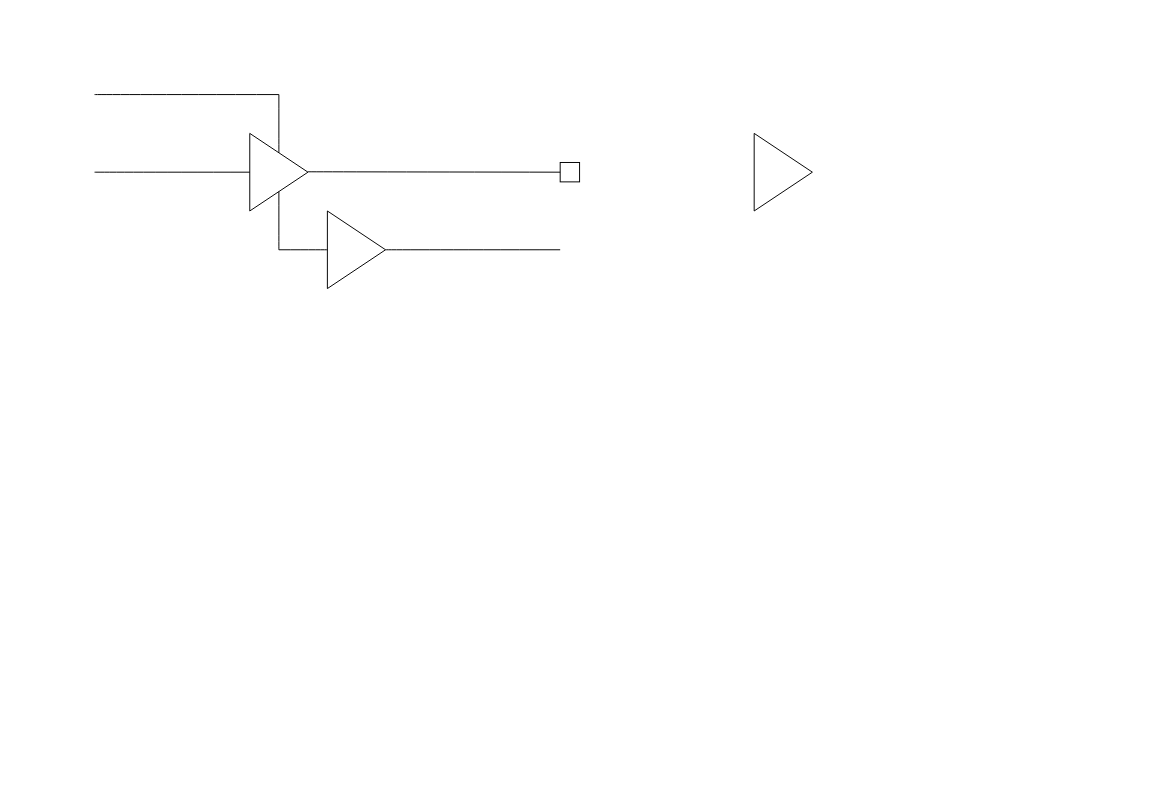
Above: page "Page-6" (6 of 9) of Checkout.drawio in lkebnl/Draw_IO (draw.io), before the change. Source tidied: cells renumbered, new cells numbered last; positions are measured from the earlier drawing's top-left corner, leaving out a move shared by most shapes. Both pictures are drawn from the tidied source at 97%, with x=0, y=0 at pixel (94, 94).
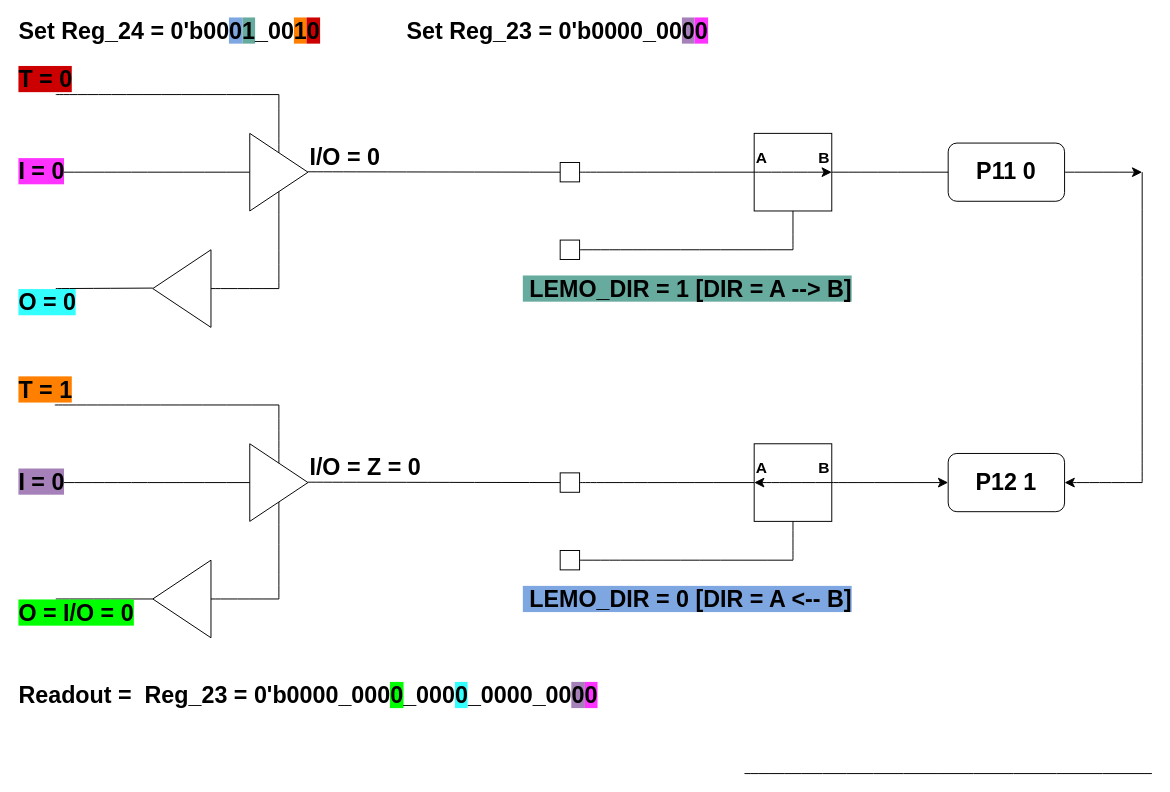
Above is the later version.

Unchanged cells that the change refers to:
```xml
<mxCell id="2" style="triangle;whiteSpace=wrap;html=1;" parent="1" vertex="1">
  <mxGeometry x="160" y="40" width="60" height="80" as="geometry" />
</mxCell>
```

Change to the diagram source:
```diff
@@
-    <mxCell id="3" style="triangle;whiteSpace=wrap;html=1;" parent="1" vertex="1">
-      <mxGeometry x="240" y="120" width="60" height="80" as="geometry" />
-    </mxCell>
-    <mxCell id="4" style="endArrow=none;html=1;rounded=0;fontSize=12;startSize=8;endSize=8;curved=1;" parent="1" edge="1">
-      <mxGeometry relative="1" as="geometry">
-        <mxPoint x="240" y="160" as="sourcePoint" />
-        <mxPoint x="190" y="160" as="targetPoint" />
-      </mxGeometry>
-    </mxCell>
     <mxCell id="5" style="endArrow=none;html=1;rounded=0;fontSize=12;startSize=8;endSize=8;curved=1;entryX=0.5;entryY=1;entryDx=0;entryDy=0;" parent="1" edge="1" target="2">
       <mxGeometry relative="1" as="geometry">
-        <mxPoint x="190" y="160" as="sourcePoint" />
+        <mxPoint x="190" y="200" as="sourcePoint" />
       </mxGeometry>
     </mxCell>
     <mxCell id="6" style="endArrow=none;html=1;rounded=0;fontSize=12;startSize=8;endSize=8;curved=1;entryX=0;entryY=0.5;entryDx=0;entryDy=0;" parent="1" edge="1" target="2">
       <mxGeometry relative="1" as="geometry">
-        <mxPoint y="80" as="sourcePoint" />
+        <mxPoint x="-40" y="80" as="sourcePoint" />
       </mxGeometry>
     </mxCell>
     <mxCell id="7" style="endArrow=none;html=1;rounded=0;fontSize=12;startSize=8;endSize=8;curved=1;" parent="1" edge="1">
       <mxGeometry relative="1" as="geometry">
-        <mxPoint as="sourcePoint" />
+        <mxPoint x="-40" as="sourcePoint" />
         <mxPoint x="190" as="targetPoint" />
       </mxGeometry>
     </mxCell>
@@
     <mxCell id="9" style="endArrow=none;html=1;rounded=0;fontSize=12;startSize=8;endSize=8;curved=1;" parent="1" edge="1">
       <mxGeometry relative="1" as="geometry">
-        <mxPoint x="300" y="160" as="sourcePoint" />
-        <mxPoint x="480" y="160" as="targetPoint" />
+        <mxPoint x="500" y="160" as="sourcePoint" />
+        <mxPoint x="720" y="160" as="targetPoint" />
       </mxGeometry>
     </mxCell>
@@
-    <mxCell id="12" style="triangle;whiteSpace=wrap;html=1;" parent="1" vertex="1">
-      <mxGeometry x="680" y="40" width="60" height="80" as="geometry" />
-    </mxCell>
+    <mxCell id="13" style="whiteSpace=wrap;html=1;" parent="1" vertex="1">
+      <mxGeometry x="680" y="40" width="80" height="80" as="geometry" />
+    </mxCell>
+    <mxCell id="14" style="endArrow=none;html=1;rounded=0;fontSize=12;startSize=8;endSize=8;curved=1;entryX=0.5;entryY=1;entryDx=0;entryDy=0;" parent="1" edge="1" target="13">
+      <mxGeometry relative="1" as="geometry">
+        <mxPoint x="720" y="160" as="sourcePoint" />
+      </mxGeometry>
+    </mxCell>
+    <mxCell id="15" style="endArrow=none;html=1;rounded=0;fontSize=12;startSize=8;endSize=8;curved=1;entryX=0;entryY=0.5;entryDx=0;entryDy=0;" parent="1" edge="1" target="13">
+      <mxGeometry relative="1" as="geometry">
+        <mxPoint x="500" y="80" as="sourcePoint" />
+      </mxGeometry>
+    </mxCell>
+    <mxCell id="16" value="P11 0" style="rounded=1;whiteSpace=wrap;html=1;fontSize=24;fontStyle=1;" parent="1" vertex="1">
+      <mxGeometry x="880" y="50" width="120" height="60" as="geometry" />
+    </mxCell>
+    <mxCell id="17" style="endArrow=none;html=1;rounded=0;fontSize=12;startSize=8;endSize=8;curved=1;entryX=0;entryY=0.5;entryDx=0;entryDy=0;" parent="1" edge="1" target="16">
+      <mxGeometry relative="1" as="geometry">
+        <mxPoint x="760" y="80" as="sourcePoint" />
+      </mxGeometry>
+    </mxCell>
+    <mxCell id="18" style="triangle;whiteSpace=wrap;html=1;" parent="1" vertex="1">
+      <mxGeometry x="160" y="360" width="60" height="80" as="geometry" />
+    </mxCell>
+    <mxCell id="19" style="endArrow=none;html=1;rounded=0;fontSize=12;startSize=8;endSize=8;curved=1;entryX=0.5;entryY=1;entryDx=0;entryDy=0;" parent="1" edge="1" target="18">
+      <mxGeometry relative="1" as="geometry">
+        <mxPoint x="190" y="520" as="sourcePoint" />
+      </mxGeometry>
+    </mxCell>
+    <mxCell id="20" style="endArrow=none;html=1;rounded=0;fontSize=12;startSize=8;endSize=8;curved=1;entryX=0;entryY=0.5;entryDx=0;entryDy=0;" parent="1" edge="1" target="18">
+      <mxGeometry relative="1" as="geometry">
+        <mxPoint x="-40" y="400" as="sourcePoint" />
+      </mxGeometry>
+    </mxCell>
+    <mxCell id="21" style="endArrow=none;html=1;rounded=0;fontSize=12;startSize=8;endSize=8;curved=1;" parent="1" edge="1">
+      <mxGeometry relative="1" as="geometry">
+        <mxPoint x="-41" y="320" as="sourcePoint" />
+        <mxPoint x="190" y="320" as="targetPoint" />
+      </mxGeometry>
+    </mxCell>
+    <mxCell id="22" style="endArrow=none;html=1;rounded=0;fontSize=12;startSize=8;endSize=8;curved=1;exitX=0.5;exitY=0;exitDx=0;exitDy=0;" parent="1" edge="1" source="18">
+      <mxGeometry relative="1" as="geometry">
+        <mxPoint x="190" y="320" as="targetPoint" />
+      </mxGeometry>
+    </mxCell>
+    <mxCell id="23" style="endArrow=none;html=1;rounded=0;fontSize=12;startSize=8;endSize=8;curved=1;" parent="1" edge="1">
+      <mxGeometry relative="1" as="geometry">
+        <mxPoint x="670" y="700" as="sourcePoint" />
+        <mxPoint x="1090" y="700" as="targetPoint" />
+      </mxGeometry>
+    </mxCell>
+    <mxCell id="24" style="whiteSpace=wrap;html=1;" parent="1" vertex="1">
+      <mxGeometry x="480" y="390" width="20" height="20" as="geometry" />
+    </mxCell>
+    <mxCell id="25" style="endArrow=none;html=1;rounded=0;fontSize=12;startSize=8;endSize=8;curved=1;" parent="1" edge="1">
+      <mxGeometry relative="1" as="geometry">
+        <mxPoint x="220" y="399.6" as="sourcePoint" />
+        <mxPoint x="480" y="400" as="targetPoint" />
+      </mxGeometry>
+    </mxCell>
+    <mxCell id="26" style="whiteSpace=wrap;html=1;" parent="1" vertex="1">
+      <mxGeometry x="680" y="360" width="80" height="80" as="geometry" />
+    </mxCell>
+    <mxCell id="27" style="endArrow=none;html=1;rounded=0;fontSize=12;startSize=8;endSize=8;curved=1;entryX=0.5;entryY=1;entryDx=0;entryDy=0;" parent="1" edge="1" target="26">
+      <mxGeometry relative="1" as="geometry">
+        <mxPoint x="720" y="480" as="sourcePoint" />
+      </mxGeometry>
+    </mxCell>
+    <mxCell id="28" style="endArrow=none;html=1;rounded=0;fontSize=12;startSize=8;endSize=8;curved=1;entryX=0;entryY=0.5;entryDx=0;entryDy=0;" parent="1" edge="1" target="26">
+      <mxGeometry relative="1" as="geometry">
+        <mxPoint x="500" y="400" as="sourcePoint" />
+      </mxGeometry>
+    </mxCell>
+    <mxCell id="29" value="P12 1" style="rounded=1;whiteSpace=wrap;html=1;fontSize=24;fontStyle=1;" parent="1" vertex="1">
+      <mxGeometry x="880" y="370" width="120" height="60" as="geometry" />
+    </mxCell>
+    <mxCell id="30" style="endArrow=classic;html=1;rounded=0;fontSize=12;startSize=8;endSize=8;curved=1;entryX=0;entryY=0.5;entryDx=0;entryDy=0;endFill=1;" parent="1" edge="1" target="29">
+      <mxGeometry relative="1" as="geometry">
+        <mxPoint x="760" y="400" as="sourcePoint" />
+      </mxGeometry>
+    </mxCell>
+    <mxCell id="31" style="endArrow=none;html=1;rounded=0;fontSize=12;startSize=8;endSize=8;curved=1;startArrow=classic;startFill=1;" parent="1" edge="1">
+      <mxGeometry relative="1" as="geometry">
+        <mxPoint x="1000" y="400" as="sourcePoint" />
+        <mxPoint x="1080" y="400" as="targetPoint" />
+      </mxGeometry>
+    </mxCell>
+    <mxCell id="32" style="endArrow=classic;html=1;rounded=0;fontSize=12;startSize=8;endSize=8;curved=1;endFill=1;" parent="1" edge="1">
+      <mxGeometry relative="1" as="geometry">
+        <mxPoint x="1000" y="80" as="sourcePoint" />
+        <mxPoint x="1080" y="80" as="targetPoint" />
+      </mxGeometry>
+    </mxCell>
+    <mxCell id="33" style="endArrow=none;html=1;rounded=0;fontSize=12;startSize=8;endSize=8;curved=1;" parent="1" edge="1">
+      <mxGeometry relative="1" as="geometry">
+        <mxPoint x="1080" y="400" as="sourcePoint" />
+        <mxPoint x="1080" y="80" as="targetPoint" />
+      </mxGeometry>
+    </mxCell>
+    <mxCell id="34" value="Set Reg_24 = 0'b00&lt;font style=&quot;color: rgb(0, 0, 0); background-color: rgb(126, 166, 224);&quot;&gt;0&lt;/font&gt;&lt;font style=&quot;color: rgb(0, 0, 0); background-color: rgb(103, 171, 159);&quot;&gt;1&lt;/font&gt;&lt;font style=&quot;color: rgb(0, 0, 0);&quot;&gt;_&lt;/font&gt;00&lt;span style=&quot;background-color: rgb(255, 128, 0);&quot;&gt;1&lt;/span&gt;&lt;span style=&quot;background-color: rgb(204, 0, 0);&quot;&gt;0&lt;/span&gt;" style="text;html=1;align=left;verticalAlign=middle;whiteSpace=wrap;rounded=0;fontSize=24;fontStyle=1;" parent="1" vertex="1">
+      <mxGeometry x="-80" y="-80" width="440" height="30" as="geometry" />
+    </mxCell>
+    <mxCell id="35" value="&lt;font style=&quot;color: rgb(0, 0, 0); background-color: rgb(255, 51, 255);&quot;&gt;I = 0&lt;/font&gt;" style="text;html=1;align=left;verticalAlign=middle;whiteSpace=wrap;rounded=0;fontSize=24;fontStyle=1;" parent="1" vertex="1">
+      <mxGeometry x="-80" y="65" width="240" height="30" as="geometry" />
+    </mxCell>
+    <mxCell id="36" value="I/O = 0" style="text;html=1;align=left;verticalAlign=middle;whiteSpace=wrap;rounded=0;fontSize=24;fontStyle=1;" parent="1" vertex="1">
+      <mxGeometry x="220" y="50" width="240" height="30" as="geometry" />
+    </mxCell>
+    <mxCell id="37" value="&lt;span style=&quot;background-color: rgb(204, 0, 0);&quot;&gt;T = 0&lt;/span&gt;" style="text;html=1;align=left;verticalAlign=middle;whiteSpace=wrap;rounded=0;fontSize=24;fontStyle=1;" parent="1" vertex="1">
+      <mxGeometry x="-80" y="-30" width="80" height="30" as="geometry" />
+    </mxCell>
+    <mxCell id="38" value="I/O = Z = 0" style="text;html=1;align=left;verticalAlign=middle;whiteSpace=wrap;rounded=0;fontSize=24;fontStyle=1;" parent="1" vertex="1">
+      <mxGeometry x="220" y="370" width="240" height="30" as="geometry" />
+    </mxCell>
+    <mxCell id="39" style="endArrow=none;html=1;rounded=0;fontSize=12;startSize=8;endSize=8;curved=1;" parent="1" edge="1">
+      <mxGeometry relative="1" as="geometry">
+        <mxPoint x="500" y="480" as="sourcePoint" />
+        <mxPoint x="720" y="480" as="targetPoint" />
+      </mxGeometry>
+    </mxCell>
+    <mxCell id="40" style="triangle;whiteSpace=wrap;html=1;rotation=-180;" parent="1" vertex="1">
+      <mxGeometry x="60" y="160" width="60" height="80" as="geometry" />
+    </mxCell>
+    <mxCell id="41" style="triangle;whiteSpace=wrap;html=1;rotation=-180;" parent="1" vertex="1">
+      <mxGeometry x="60" y="480" width="60" height="80" as="geometry" />
+    </mxCell>
+    <mxCell id="42" style="endArrow=none;html=1;rounded=0;fontSize=12;startSize=8;endSize=8;curved=1;" parent="1" edge="1">
+      <mxGeometry relative="1" as="geometry">
+        <mxPoint x="120" y="200" as="sourcePoint" />
+        <mxPoint x="190" y="200" as="targetPoint" />
+      </mxGeometry>
+    </mxCell>
+    <mxCell id="43" style="endArrow=none;html=1;rounded=0;fontSize=12;startSize=8;endSize=8;curved=1;" parent="1" edge="1">
+      <mxGeometry relative="1" as="geometry">
+        <mxPoint x="120" y="520" as="sourcePoint" />
+        <mxPoint x="190" y="520" as="targetPoint" />
+      </mxGeometry>
+    </mxCell>
+    <mxCell id="44" style="endArrow=none;html=1;rounded=0;fontSize=12;startSize=8;endSize=8;curved=1;" parent="1" edge="1">
+      <mxGeometry relative="1" as="geometry">
+        <mxPoint x="-40" y="200" as="sourcePoint" />
+        <mxPoint x="60" y="199.5" as="targetPoint" />
+      </mxGeometry>
+    </mxCell>
+    <mxCell id="45" style="endArrow=none;html=1;rounded=0;fontSize=12;startSize=8;endSize=8;curved=1;" parent="1" edge="1">
+      <mxGeometry relative="1" as="geometry">
+        <mxPoint x="-40" y="520" as="sourcePoint" />
+        <mxPoint x="60" y="520" as="targetPoint" />
+      </mxGeometry>
+    </mxCell>
+    <mxCell id="46" style="endArrow=classic;html=1;rounded=0;fontSize=12;startSize=8;endSize=8;curved=1;endFill=1;" parent="1" edge="1">
+      <mxGeometry relative="1" as="geometry">
+        <mxPoint x="680" y="80" as="sourcePoint" />
+        <mxPoint x="760" y="80" as="targetPoint" />
+      </mxGeometry>
+    </mxCell>
+    <mxCell id="47" value="&lt;span style=&quot;background-color: rgb(0, 255, 0);&quot;&gt;O = I/O = 0&lt;/span&gt;" style="text;html=1;align=left;verticalAlign=middle;whiteSpace=wrap;rounded=0;fontSize=24;fontStyle=1;" parent="1" vertex="1">
+      <mxGeometry x="-80" y="520" width="240" height="30" as="geometry" />
+    </mxCell>
+    <mxCell id="48" style="endArrow=none;html=1;rounded=0;fontSize=12;startSize=8;endSize=8;curved=1;startArrow=classic;startFill=1;" parent="1" edge="1">
+      <mxGeometry relative="1" as="geometry">
+        <mxPoint x="680" y="400" as="sourcePoint" />
+        <mxPoint x="760" y="400" as="targetPoint" />
+      </mxGeometry>
+    </mxCell>
+    <mxCell id="49" value="&lt;span&gt;Set Reg_23 = 0'&lt;span&gt;b00&lt;span&gt;00&lt;/span&gt;&lt;font style=&quot;color: rgb(0, 0, 0);&quot;&gt;_&lt;/font&gt;00&lt;span&gt;&lt;span style=&quot;background-color: rgb(166, 128, 184);&quot;&gt;0&lt;/span&gt;&lt;span style=&quot;background-color: rgb(255, 51, 255);&quot;&gt;0&lt;/span&gt;&lt;/span&gt;&lt;/span&gt;&lt;/span&gt;" style="text;html=1;align=left;verticalAlign=middle;whiteSpace=wrap;rounded=0;fontSize=24;fontStyle=1;" parent="1" vertex="1">
+      <mxGeometry x="320" y="-80" width="440" height="30" as="geometry" />
+    </mxCell>
+    <mxCell id="50" value="&lt;span style=&quot;background-color: rgb(51, 255, 255);&quot;&gt;O = 0&lt;/span&gt;" style="text;html=1;align=left;verticalAlign=middle;whiteSpace=wrap;rounded=0;fontSize=24;fontStyle=1;" parent="1" vertex="1">
+      <mxGeometry x="-80" y="200" width="240" height="30" as="geometry" />
+    </mxCell>
+    <mxCell id="51" value="&lt;span style=&quot;background-color: rgb(255, 128, 0);&quot;&gt;T = 1&lt;/span&gt;" style="text;html=1;align=left;verticalAlign=middle;whiteSpace=wrap;rounded=0;fontSize=24;fontStyle=1;" parent="1" vertex="1">
+      <mxGeometry x="-80" y="290" width="80" height="30" as="geometry" />
+    </mxCell>
+    <mxCell id="52" value="&lt;span style=&quot;background-color: rgb(166, 128, 184);&quot;&gt;I = 0&lt;/span&gt;" style="text;html=1;align=left;verticalAlign=middle;whiteSpace=wrap;rounded=0;fontSize=24;fontStyle=1;" parent="1" vertex="1">
+      <mxGeometry x="-80" y="385" width="240" height="30" as="geometry" />
+    </mxCell>
+    <mxCell id="53" style="whiteSpace=wrap;html=1;" parent="1" vertex="1">
+      <mxGeometry x="480" y="150" width="20" height="20" as="geometry" />
+    </mxCell>
+    <mxCell id="54" style="whiteSpace=wrap;html=1;" parent="1" vertex="1">
+      <mxGeometry x="480" y="470" width="20" height="20" as="geometry" />
+    </mxCell>
+    <mxCell id="55" value="&lt;span style=&quot;font-family: Arial, Helvetica, sans-serif; font-style: normal; font-variant-ligatures: normal; font-variant-caps: normal; letter-spacing: normal; orphans: 2; text-align: start; text-indent: 0px; text-transform: none; widows: 2; word-spacing: 0px; -webkit-text-stroke-width: 0px; white-space: normal; text-decoration-thickness: initial; text-decoration-style: initial; text-decoration-color: initial; float: none; background-color: rgb(103, 171, 159); display: inline !important;&quot;&gt;&lt;font style=&quot;color: rgb(0, 0, 0);&quot;&gt;&amp;nbsp;LEMO_DIR = 1 [DIR = A --&amp;gt; B]&lt;/font&gt;&lt;/span&gt;" style="text;whiteSpace=wrap;html=1;fontSize=24;fontStyle=1;fontColor=#67AB9F;" parent="1" vertex="1">
+      <mxGeometry x="440" y="180" width="390" height="40" as="geometry" />
+    </mxCell>
+    <mxCell id="56" value="A" style="text;html=1;align=left;verticalAlign=middle;whiteSpace=wrap;rounded=0;fontSize=16;fontStyle=1;" parent="1" vertex="1">
+      <mxGeometry x="680" y="50" width="40" height="30" as="geometry" />
+    </mxCell>
+    <mxCell id="57" value="B" style="text;html=1;align=right;verticalAlign=middle;whiteSpace=wrap;rounded=0;fontSize=16;fontStyle=1;" parent="1" vertex="1">
+      <mxGeometry x="720" y="50" width="40" height="30" as="geometry" />
+    </mxCell>
+    <mxCell id="58" value="A" style="text;html=1;align=left;verticalAlign=middle;whiteSpace=wrap;rounded=0;fontSize=16;fontStyle=1;" parent="1" vertex="1">
+      <mxGeometry x="680" y="370" width="40" height="30" as="geometry" />
+    </mxCell>
+    <mxCell id="59" value="B" style="text;html=1;align=right;verticalAlign=middle;whiteSpace=wrap;rounded=0;fontSize=16;fontStyle=1;" parent="1" vertex="1">
+      <mxGeometry x="720" y="370" width="40" height="30" as="geometry" />
+    </mxCell>
+    <mxCell id="60" value="&lt;span style=&quot;font-family: Arial, Helvetica, sans-serif; font-style: normal; font-variant-ligatures: normal; font-variant-caps: normal; letter-spacing: normal; orphans: 2; text-align: start; text-indent: 0px; text-transform: none; widows: 2; word-spacing: 0px; -webkit-text-stroke-width: 0px; white-space: normal; text-decoration-thickness: initial; text-decoration-style: initial; text-decoration-color: initial; float: none; background-color: rgb(126, 166, 224); display: inline !important;&quot;&gt;&lt;font style=&quot;color: rgb(0, 0, 0);&quot;&gt;&amp;nbsp;LEMO_DIR = 0 [DIR = A &amp;lt;-- B]&lt;/font&gt;&lt;/span&gt;" style="text;whiteSpace=wrap;html=1;fontSize=24;fontStyle=1;fontColor=#67AB9F;" parent="1" vertex="1">
+      <mxGeometry x="440" y="500" width="390" height="40" as="geometry" />
+    </mxCell>
+    <mxCell id="61" value="&lt;span&gt;Readout =&amp;nbsp; Reg_23 = 0'&lt;span&gt;b0000_000&lt;span style=&quot;background-color: rgb(0, 255, 0);&quot;&gt;0&lt;/span&gt;_000&lt;span style=&quot;background-color: rgb(51, 255, 255);&quot;&gt;0&lt;/span&gt;_00&lt;span&gt;00&lt;/span&gt;&lt;font style=&quot;color: rgb(0, 0, 0);&quot;&gt;_&lt;/font&gt;00&lt;span&gt;&lt;span style=&quot;background-color: rgb(166, 128, 184);&quot;&gt;0&lt;/span&gt;&lt;span style=&quot;background-color: rgb(255, 51, 255);&quot;&gt;0&lt;/span&gt;&lt;/span&gt;&lt;/span&gt;&lt;/span&gt;" style="text;html=1;align=left;verticalAlign=middle;whiteSpace=wrap;rounded=0;fontSize=24;fontStyle=1;" parent="1" vertex="1">
+      <mxGeometry x="-80" y="600" width="880" height="40" as="geometry" />
+    </mxCell>
```
